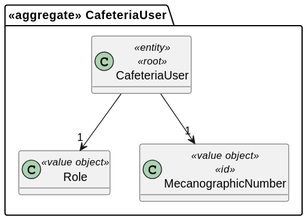
Before: documentation/domain_model/domain-model.svg, a diagram exported from PlantUML (daniel41silva05/Cafeteria_Management_ISEP). Its diagram source:
```plantuml
@startuml
skinparam classAttributeIconSize 0
hide empty attributes

package "<<aggregate>> CafeteriaUser" {
    class CafeteriaUser <<entity>> <<root>> {
    }

    class Role <<value object>> {
    }

    class MecanographicNumber <<value object>> <<id>> {
    }

    CafeteriaUser --> "1" Role
    CafeteriaUser --> "1" MecanographicNumber
}
@enduml
```
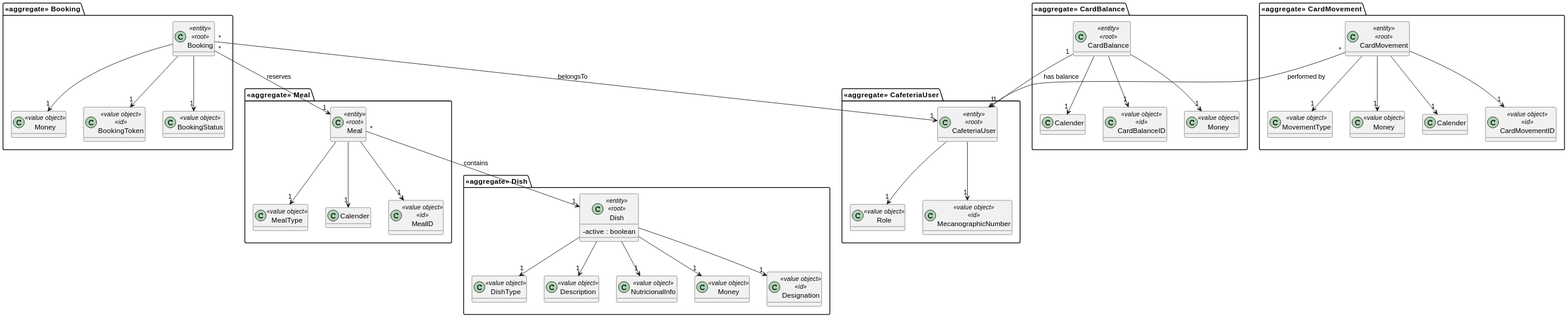
The same diagram one commit later.

Commit message:
Complete Domain Model

The edit, as a diff of the source:
```diff
@@ -15,4 +15,113 @@
     CafeteriaUser --> "1" Role
     CafeteriaUser --> "1" MecanographicNumber
 }
+
+package "<<aggregate>> Meal" {
+    class Meal <<entity>> <<root>> {
+    }
+
+    class MealType <<value object>> {
+    }
+
+    class Calender {
+    }
+
+    class MealID <<value object>> <<id>> {
+    }
+
+    Meal --> "1" MealID
+    Meal --> "1" MealType
+    Meal --> "1" Calender
+}
+
+package "<<aggregate>> Dish" {
+    class Dish <<entity>> <<root>> {
+        -active : boolean
+    }
+
+    class DishType <<value object>> {
+    }
+
+    class Description <<value object>> {
+    }
+
+    class NutricionalInfo <<value object>> {
+    }
+
+    class Money <<value object>> {
+    }
+
+    class Designation <<value object>> <<id>> {
+    }
+
+    Dish --> "1" Designation
+    Dish --> "1" NutricionalInfo
+    Dish --> "1" Money
+    Dish --> "1" Description
+    Dish --> "1" DishType
+}
+
+package "<<aggregate>> Booking" {
+    class Booking <<entity>> <<root>> {
+    }
+
+    class BookingStatus <<value object>> {
+    }
+
+    class Money <<value object>> {
+    }
+
+    class BookingToken <<value object>> <<id>> {
+    }
+
+    Booking --> "1" BookingToken
+    Booking --> "1" BookingStatus
+    Booking --> "1" Money
+}
+
+package "<<aggregate>> CardBalance" {
+    class CardBalance <<entity>> <<root>> {
+    }
+
+    class Money <<value object>> {
+    }
+
+    class Calender {
+    }
+
+    class CardBalanceID <<value object>> <<id>> {
+    }
+
+    CardBalance --> "1" Money
+    CardBalance --> "1" Calender
+    CardBalance --> "1" CardBalanceID
+}
+
+package "<<aggregate>> CardMovement" {
+    class CardMovement <<entity>> <<root>> {
+    }
+
+    class MovementType <<value object>> {
+    }
+
+    class Money <<value object>> {
+    }
+
+    class Calender {
+    }
+
+    class CardMovementID <<value object>> <<id>> {
+    }
+
+    CardMovement --> "1" MovementType
+    CardMovement --> "1" Money
+    CardMovement --> "1" Calender
+    CardMovement --> "1" CardMovementID
+}
+
+Meal "*" --> "1" Dish : contains
+Booking "*" --> "1" Meal : reserves
+Booking "*" --> "1" CafeteriaUser : belongsTo
+CardBalance "1" --> "1" CafeteriaUser : has balance
+CardMovement "*" --> "1" CafeteriaUser : performed by
 @enduml
```
